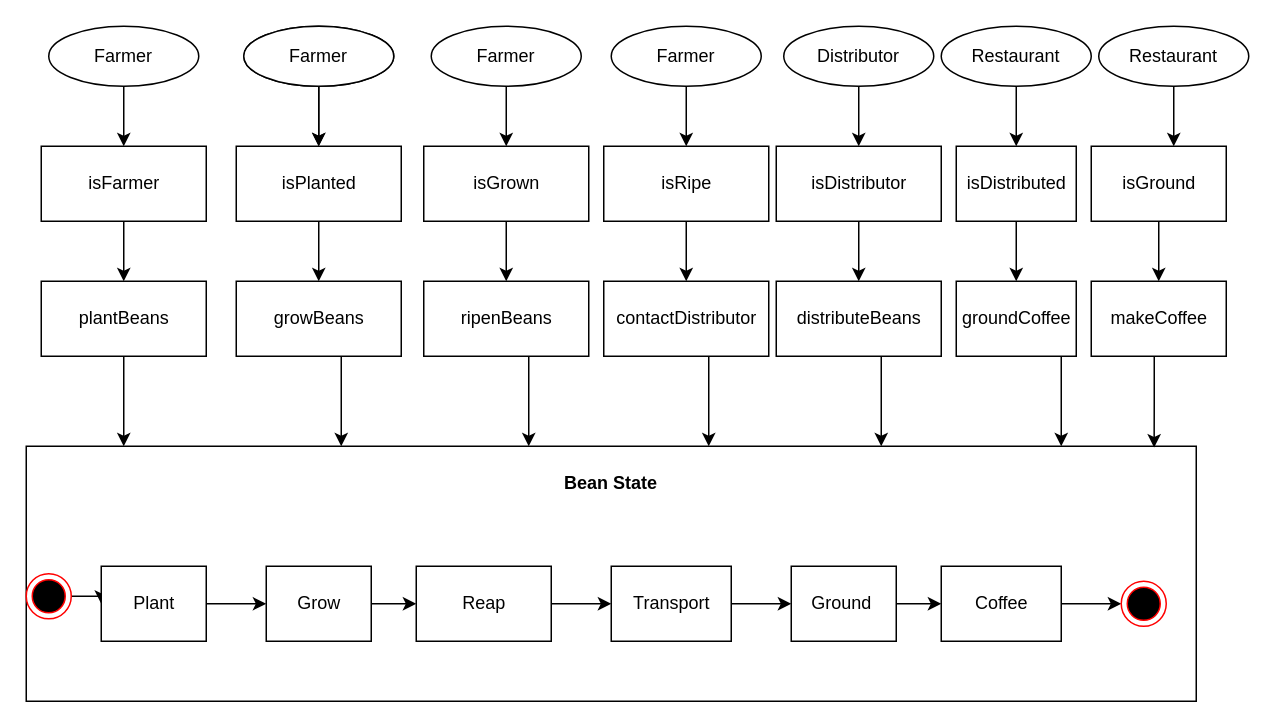
Earlier version of the draw.io diagram uml/state-diagram.drawio (nathanrhoda/blockchainarchitecture). Source tidied: cells renumbered, new cells numbered last; positions are measured from the earlier drawing's top-left corner, leaving out a move shared by most shapes. Both pictures are drawn from the tidied source at 150%, with x=0, y=0 at pixel (26, 26).
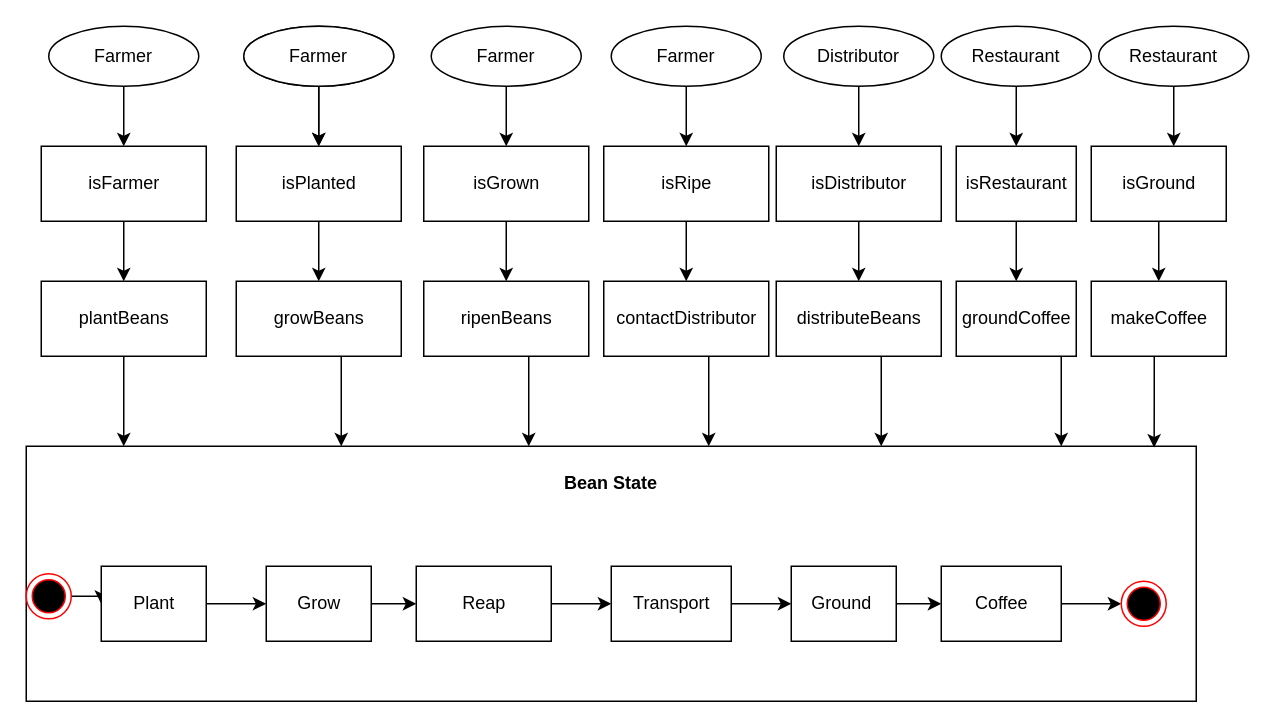
The same diagram, later.

Commit message (it also covers changes not shown here):
class & updated state diagram

Diff of the diagram source:
```diff
@@
-    <mxCell id="51" value="isDistributed" style="html=1;" parent="1" vertex="1">
+    <mxCell id="51" value="isRestaurant" style="html=1;" parent="1" vertex="1">
       <mxGeometry x="620" y="80" width="80" height="50" as="geometry" />
     </mxCell>
```
